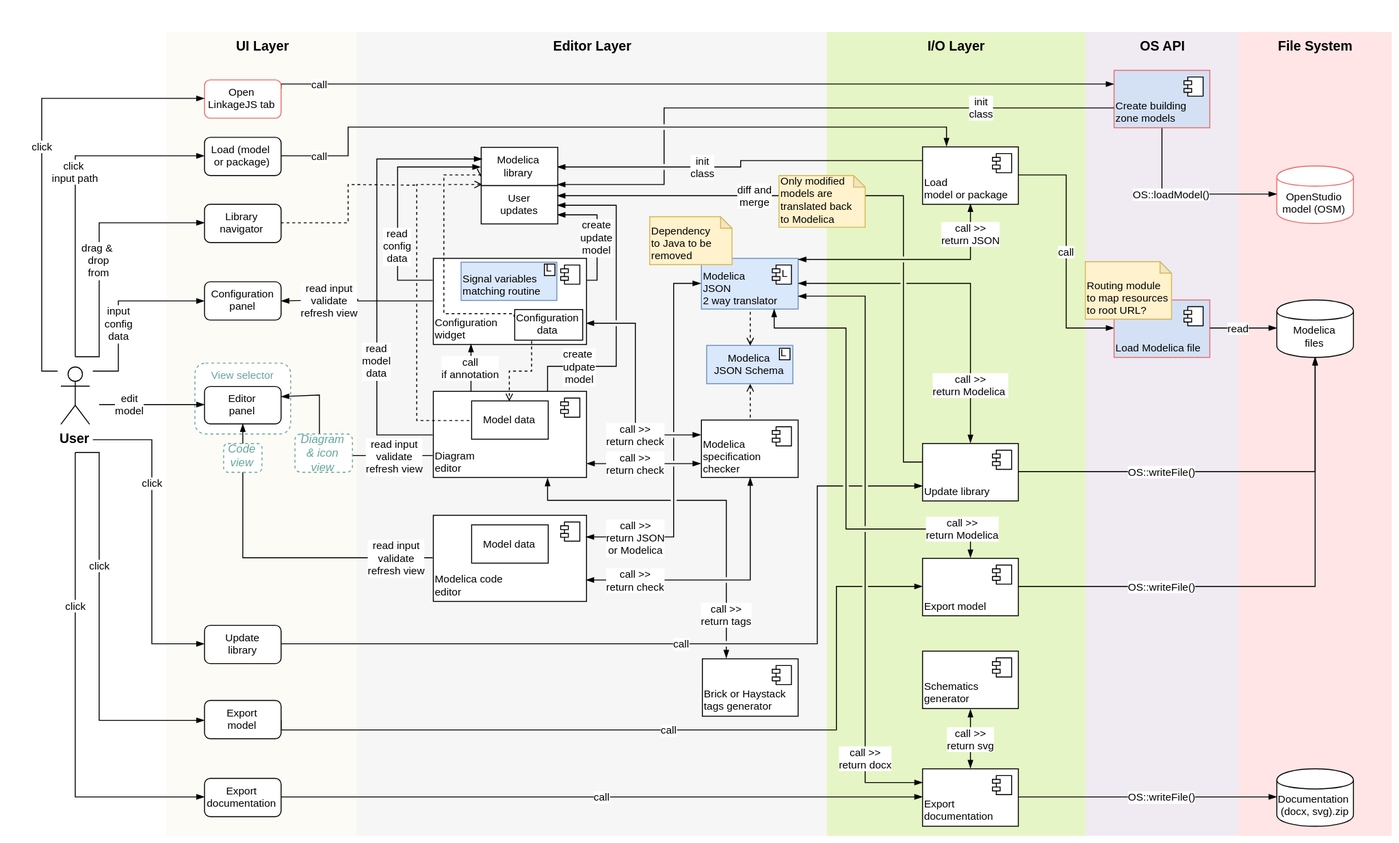
Earlier version of the draw.io export specification/source/img/linkage_architecture_os.svg (lbl-srg/ctrl-flow). Source tidied: cells renumbered, new cells last; positions are measured from the earlier drawing's top-left corner, leaving out a move shared by most shapes.
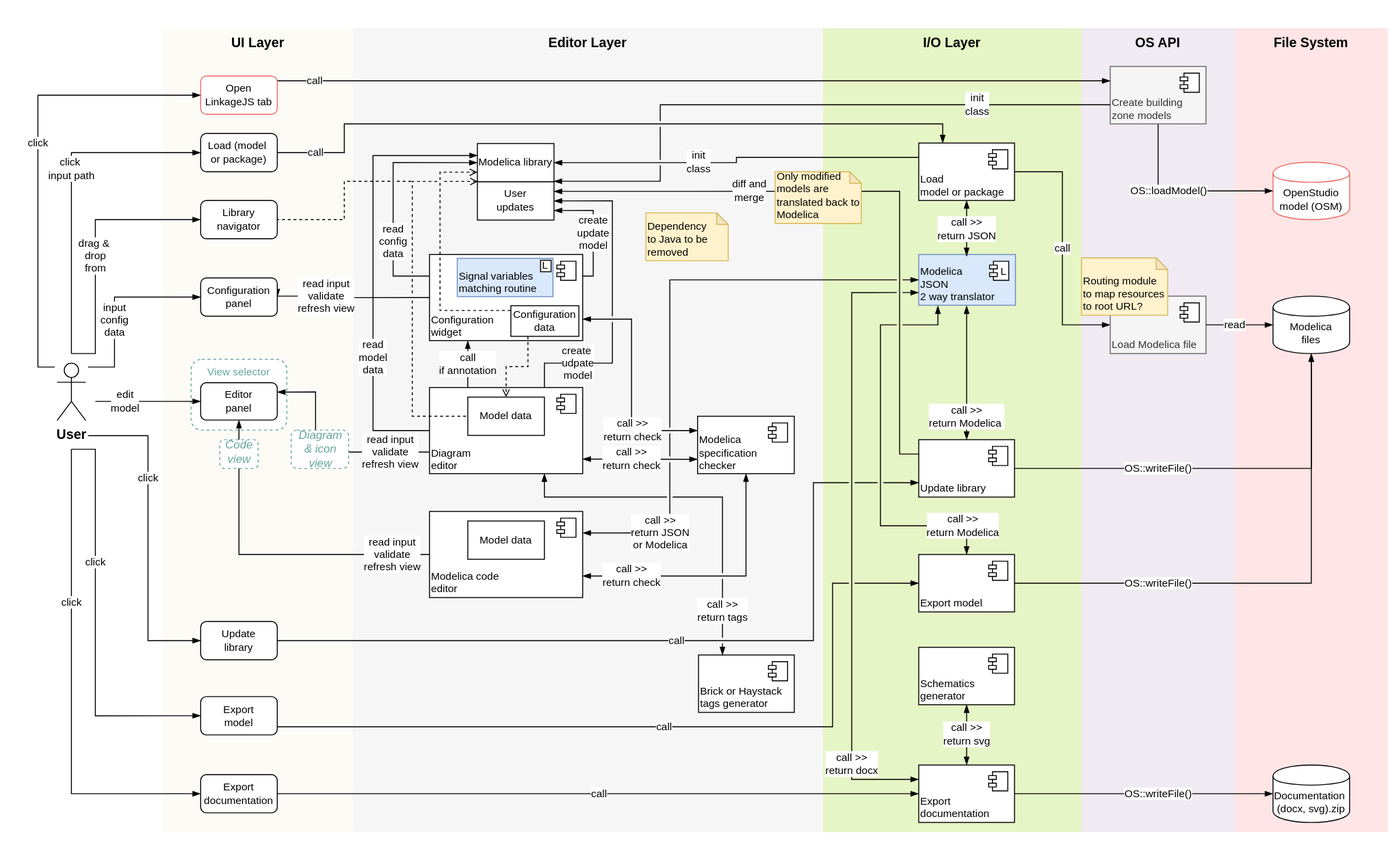
The same diagram one commit later.

The edit, as a diff of the source:
```diff
@@ -82,7 +82,7 @@
       <mxGeometry x="0.22" relative="1" as="geometry" />
     </mxCell>
     <mxCell id="21" value="Modelica&lt;br&gt;JSON&lt;br&gt;2 way translator" style="html=1;verticalAlign=bottom;align=left;fillColor=#dae8fc;strokeColor=#6c8ebf;fontSize=11;" parent="1" vertex="1">
-      <mxGeometry x="689" y="236.5" width="101" height="53" as="geometry" />
+      <mxGeometry x="920" y="236.5" width="101" height="53" as="geometry" />
     </mxCell>
     <mxCell id="22" value="L" style="shape=component;jettyWidth=8;jettyHeight=4;align=right;fontSize=11;" parent="21" vertex="1">
       <mxGeometry x="1" width="20" height="20" relative="1" as="geometry">
@@ -109,14 +109,14 @@
       </mxGeometry>
     </mxCell>
     <mxCell id="26" value="call &amp;gt;&amp;gt;&lt;br style=&quot;font-size: 11px&quot;&gt;return JSON" style="edgeStyle=orthogonalEdgeStyle;rounded=0;jettySize=auto;html=1;exitX=0.5;exitY=1;exitDx=0;exitDy=0;endArrow=blockThin;endFill=1;startArrow=blockThin;startFill=1;fontSize=11;" parent="1" edge="1" source="28">
-      <mxGeometry x="-0.73" relative="1" as="geometry">
-        <mxPoint x="790" y="237.7" as="targetPoint" />
+      <mxGeometry x="0.03" relative="1" as="geometry">
+        <mxPoint x="970" y="238" as="targetPoint" />
         <Array as="points">
           <mxPoint x="970" y="238" />
         </Array>
       </mxGeometry>
     </mxCell>
-    <mxCell id="27" value="call" style="edgeStyle=orthogonalEdgeStyle;rounded=0;jettySize=auto;html=1;exitX=1;exitY=0.5;exitDx=0;exitDy=0;entryX=0;entryY=0.5;entryDx=0;entryDy=0;endArrow=blockThin;endFill=1;noJump=0;jumpStyle=gap;" parent="1" edge="1" source="28" target="97">
+    <mxCell id="27" value="call" style="edgeStyle=orthogonalEdgeStyle;rounded=0;jettySize=auto;html=1;exitX=1;exitY=0.5;exitDx=0;exitDy=0;entryX=0;entryY=0.5;entryDx=0;entryDy=0;endArrow=blockThin;endFill=1;noJump=0;jumpStyle=gap;" parent="1" edge="1" source="28" target="92">
       <mxGeometry relative="1" as="geometry" />
     </mxCell>
     <mxCell id="28" value="Load &lt;br&gt;model or package" style="html=1;verticalAlign=bottom;align=left;fontSize=11;" parent="1" vertex="1">
@@ -158,14 +158,15 @@
     <mxCell id="36" value="diff and&lt;br style=&quot;font-size: 11px;&quot;&gt;merge" style="edgeStyle=orthogonalEdgeStyle;rounded=0;jettySize=auto;html=1;exitX=0;exitY=0.25;exitDx=0;exitDy=0;endArrow=blockThin;endFill=1;jumpStyle=gap;entryX=1;entryY=0.25;entryDx=0;entryDy=0;fontSize=11;" parent="1" edge="1" source="39" target="30">
       <mxGeometry x="0.38" relative="1" as="geometry">
         <Array as="points">
-          <mxPoint x="920" y="450" />
-          <mxPoint x="900" y="450" />
+          <mxPoint x="900" y="445" />
           <mxPoint x="900" y="171" />
         </Array>
       </mxGeometry>
     </mxCell>
-    <mxCell id="37" value="call &amp;gt;&amp;gt;&lt;br style=&quot;font-size: 11px&quot;&gt;return Modelica&amp;nbsp;" style="edgeStyle=orthogonalEdgeStyle;rounded=0;jumpStyle=gap;jettySize=auto;html=1;exitX=0.5;exitY=0;exitDx=0;exitDy=0;entryX=1;entryY=0.5;entryDx=0;entryDy=0;startArrow=blockThin;startFill=1;endArrow=blockThin;endFill=1;fontSize=11;" parent="1" edge="1" source="39" target="21">
-      <mxGeometry x="-0.66" relative="1" as="geometry" />
+    <mxCell id="37" value="call &amp;gt;&amp;gt;&lt;br style=&quot;font-size: 11px&quot;&gt;return Modelica&amp;nbsp;" style="edgeStyle=orthogonalEdgeStyle;rounded=0;jumpStyle=gap;jettySize=auto;html=1;exitX=0.5;exitY=0;exitDx=0;exitDy=0;startArrow=blockThin;startFill=1;endArrow=blockThin;endFill=1;fontSize=11;" parent="1" edge="1" source="39">
+      <mxGeometry x="-0.66" relative="1" as="geometry">
+        <mxPoint x="970" y="290" as="targetPoint" />
+      </mxGeometry>
     </mxCell>
     <mxCell id="38" value="OS::writeFile()" style="edgeStyle=orthogonalEdgeStyle;rounded=0;jettySize=auto;html=1;exitX=1;exitY=0.5;exitDx=0;exitDy=0;endArrow=blockThin;endFill=1;" parent="1" edge="1" source="39">
       <mxGeometry x="-0.3" relative="1" as="geometry">
@@ -246,12 +247,13 @@
         <mxPoint x="-27" y="7" as="offset" />
       </mxGeometry>
     </mxCell>
-    <mxCell id="56" value="call &amp;gt;&amp;gt;&lt;br style=&quot;font-size: 11px&quot;&gt;return Modelica" style="edgeStyle=orthogonalEdgeStyle;rounded=0;jumpStyle=gap;jettySize=auto;html=1;entryX=0.5;entryY=0;entryDx=0;entryDy=0;startArrow=blockThin;startFill=1;endArrow=blockThin;endFill=1;exitX=0.75;exitY=1;exitDx=0;exitDy=0;fontSize=11;" parent="1" edge="1" source="21" target="52">
+    <mxCell id="56" value="call &amp;gt;&amp;gt;&lt;br style=&quot;font-size: 11px&quot;&gt;return Modelica" style="edgeStyle=orthogonalEdgeStyle;rounded=0;jumpStyle=gap;jettySize=auto;html=1;entryX=0.5;entryY=0;entryDx=0;entryDy=0;startArrow=blockThin;startFill=1;endArrow=blockThin;endFill=1;fontSize=11;" parent="1" edge="1" target="52">
       <mxGeometry x="0.83" relative="1" as="geometry">
+        <mxPoint x="940" y="290" as="sourcePoint" />
         <Array as="points">
-          <mxPoint x="765" y="310" />
-          <mxPoint x="840" y="310" />
-          <mxPoint x="840" y="520" />
+          <mxPoint x="940" y="310" />
+          <mxPoint x="880" y="310" />
+          <mxPoint x="880" y="520" />
           <mxPoint x="970" y="520" />
         </Array>
       </mxGeometry>
@@ -273,11 +275,11 @@
         <mxPoint x="-27" y="7" as="offset" />
       </mxGeometry>
     </mxCell>
-    <mxCell id="62" value="call &amp;gt;&amp;gt;&lt;br style=&quot;font-size: 11px&quot;&gt;return docx" style="edgeStyle=orthogonalEdgeStyle;rounded=0;jumpStyle=gap;jettySize=auto;html=1;entryX=0;entryY=0.25;entryDx=0;entryDy=0;startArrow=blockThin;startFill=1;endArrow=blockThin;endFill=1;fontSize=11;exitX=1;exitY=0.75;exitDx=0;exitDy=0;" parent="1" edge="1" source="21" target="54">
+    <mxCell id="62" value="call &amp;gt;&amp;gt;&lt;br style=&quot;font-size: 11px&quot;&gt;return docx" style="edgeStyle=orthogonalEdgeStyle;rounded=0;jumpStyle=gap;jettySize=auto;html=1;entryX=0;entryY=0.25;entryDx=0;entryDy=0;startArrow=blockThin;startFill=1;endArrow=blockThin;endFill=1;fontSize=11;exitX=0;exitY=0.75;exitDx=0;exitDy=0;" parent="1" edge="1" source="21" target="54">
       <mxGeometry x="0.73" relative="1" as="geometry">
         <Array as="points">
-          <mxPoint x="860" y="276" />
-          <mxPoint x="860" y="785" />
+          <mxPoint x="850" y="276" />
+          <mxPoint x="850" y="785" />
         </Array>
       </mxGeometry>
     </mxCell>
@@ -392,94 +394,79 @@
         <mxPoint x="-27" y="7" as="offset" />
       </mxGeometry>
     </mxCell>
-    <mxCell id="89" style="group;" parent="1" vertex="1">
-      <mxGeometry x="694.5" y="327.5" width="90" height="40" as="geometry" />
+    <mxCell id="89" value="call &amp;gt;&amp;gt;&lt;br style=&quot;font-size: 11px&quot;&gt;return JSON&lt;br&gt;or Modelica" style="edgeStyle=orthogonalEdgeStyle;rounded=0;jumpStyle=gap;jettySize=auto;html=1;endArrow=blockThin;endFill=1;startArrow=blockThin;startFill=1;fontSize=11;exitX=1;exitY=0.25;exitDx=0;exitDy=0;entryX=0;entryY=0.5;entryDx=0;entryDy=0;" parent="1" edge="1" source="76" target="21">
+      <mxGeometry x="-0.73" relative="1" as="geometry">
+        <Array as="points">
+          <mxPoint x="660" y="527" />
+          <mxPoint x="660" y="263" />
+        </Array>
+      </mxGeometry>
     </mxCell>
-    <mxCell id="90" value="Modelica&lt;br style=&quot;font-size: 11px;&quot;&gt;JSON Schema" style="html=1;fillColor=#dae8fc;align=center;whiteSpace=wrap;strokeColor=#6c8ebf;fontSize=11;" parent="89" vertex="1">
-      <mxGeometry width="90" height="40" as="geometry" />
+    <mxCell id="90" value="Dependency &lt;br&gt;to&amp;nbsp;Java to be removed" style="shape=note;whiteSpace=wrap;html=1;backgroundOutline=1;darkOpacity=0.05;fillColor=#fff2cc;fontSize=11;align=left;size=12;strokeColor=#d6b656;verticalAlign=bottom;" parent="1" vertex="1">
+      <mxGeometry x="635" y="193" width="86" height="50" as="geometry" />
     </mxCell>
-    <mxCell id="91" value="L" style="rounded=0;whiteSpace=wrap;html=1;align=left;fontSize=11;verticalAlign=middle;spacingBottom=2;" parent="89" vertex="1">
-      <mxGeometry x="76" y="3" width="11" height="12" as="geometry" />
+    <mxCell id="91" value="call &amp;gt;&amp;gt;&lt;br style=&quot;font-size: 11px&quot;&gt;return tags" style="edgeStyle=orthogonalEdgeStyle;rounded=0;jumpStyle=gap;jettySize=auto;html=1;entryX=0.25;entryY=0;entryDx=0;entryDy=0;endArrow=blockThin;endFill=1;startArrow=blockThin;startFill=1;fontSize=11;exitX=0.75;exitY=1;exitDx=0;exitDy=0;" parent="1" edge="1" source="44" target="87">
+      <mxGeometry x="0.76" relative="1" as="geometry">
+        <Array as="points">
+          <mxPoint x="529" y="490" />
+          <mxPoint x="715" y="490" />
+        </Array>
+      </mxGeometry>
     </mxCell>
-    <mxCell id="92" style="edgeStyle=orthogonalEdgeStyle;rounded=0;jettySize=auto;html=1;entryX=0.5;entryY=0;entryDx=0;entryDy=0;endArrow=none;endFill=0;dashed=1;startArrow=open;startFill=0;fontSize=11;exitX=0.5;exitY=1;exitDx=0;exitDy=0;" parent="1" edge="1" source="90" target="47">
-      <mxGeometry relative="1" as="geometry" />
+    <mxCell id="92" value="Load Modelica file" style="html=1;verticalAlign=bottom;align=left;fontSize=11;strokeColor=#666666;fillColor=#f5f5f5;fontColor=#333333;" parent="1" vertex="1">
+      <mxGeometry x="1120" y="280" width="100" height="60" as="geometry" />
     </mxCell>
-    <mxCell id="93" style="edgeStyle=orthogonalEdgeStyle;rounded=0;jettySize=auto;html=1;entryX=0.5;entryY=1;entryDx=0;entryDy=0;endArrow=none;endFill=0;dashed=1;startArrow=open;startFill=0;fontSize=11;exitX=0.5;exitY=0;exitDx=0;exitDy=0;" parent="1" edge="1" source="90" target="21">
-      <mxGeometry relative="1" as="geometry" />
+    <mxCell id="93" style="shape=component;jettyWidth=8;jettyHeight=4;fontSize=11;" parent="92" vertex="1">
+      <mxGeometry x="1" width="20" height="20" relative="1" as="geometry">
+        <mxPoint x="-27" y="7" as="offset" />
+      </mxGeometry>
     </mxCell>
-    <mxCell id="94" value="call &amp;gt;&amp;gt;&lt;br style=&quot;font-size: 11px&quot;&gt;return JSON&lt;br&gt;or Modelica" style="edgeStyle=orthogonalEdgeStyle;rounded=0;jumpStyle=gap;jettySize=auto;html=1;endArrow=blockThin;endFill=1;startArrow=blockThin;startFill=1;fontSize=11;exitX=1;exitY=0.25;exitDx=0;exitDy=0;entryX=0;entryY=0.5;entryDx=0;entryDy=0;" parent="1" edge="1" source="76" target="21">
-      <mxGeometry x="-0.73" relative="1" as="geometry">
-        <Array as="points">
-          <mxPoint x="660" y="527" />
-          <mxPoint x="660" y="263" />
-        </Array>
-      </mxGeometry>
+    <mxCell id="94" value="read" style="edgeStyle=orthogonalEdgeStyle;rounded=0;jettySize=auto;html=1;endArrow=blockThin;endFill=1;fontSize=11;exitX=1;exitY=0.5;exitDx=0;exitDy=0;entryX=0;entryY=0.5;entryDx=0;entryDy=0;" parent="1" edge="1" source="92" target="16">
+      <mxGeometry x="-0.14" relative="1" as="geometry" />
     </mxCell>
-    <mxCell id="95" value="Dependency &lt;br&gt;to&amp;nbsp;Java to be removed" style="shape=note;whiteSpace=wrap;html=1;backgroundOutline=1;darkOpacity=0.05;fillColor=#fff2cc;fontSize=11;align=left;size=12;strokeColor=#d6b656;verticalAlign=bottom;" parent="1" vertex="1">
-      <mxGeometry x="635" y="193" width="86" height="50" as="geometry" />
+    <mxCell id="95" value="OpenStudio model (OSM)" style="shape=cylinder;whiteSpace=wrap;html=1;boundedLbl=1;backgroundOutline=1;fontSize=11;strokeColor=#EA6B66;" parent="1" vertex="1">
+      <mxGeometry x="1290" y="140" width="80" height="60" as="geometry" />
     </mxCell>
-    <mxCell id="96" value="call &amp;gt;&amp;gt;&lt;br style=&quot;font-size: 11px&quot;&gt;return tags" style="edgeStyle=orthogonalEdgeStyle;rounded=0;jumpStyle=gap;jettySize=auto;html=1;entryX=0.25;entryY=0;entryDx=0;entryDy=0;endArrow=blockThin;endFill=1;startArrow=blockThin;startFill=1;fontSize=11;exitX=0.75;exitY=1;exitDx=0;exitDy=0;" parent="1" edge="1" source="44" target="87">
-      <mxGeometry x="0.76" relative="1" as="geometry">
-        <Array as="points">
-          <mxPoint x="529" y="490" />
-          <mxPoint x="715" y="490" />
-        </Array>
-      </mxGeometry>
+    <mxCell id="96" value="OS::loadModel()" style="edgeStyle=orthogonalEdgeStyle;rounded=0;jettySize=auto;html=1;exitX=0.5;exitY=1;exitDx=0;exitDy=0;entryX=0;entryY=0.5;entryDx=0;entryDy=0;endArrow=blockThin;endFill=1;noJump=0;jumpStyle=gap;align=center;verticalAlign=middle;" parent="1" edge="1" source="97" target="95">
+      <mxGeometry x="-0.15" relative="1" as="geometry" />
     </mxCell>
-    <mxCell id="97" value="Load Modelica file" style="html=1;verticalAlign=bottom;align=left;fontSize=11;strokeColor=#EA6B66;fillColor=#D4E1F5;" parent="1" vertex="1">
-      <mxGeometry x="1120" y="280" width="100" height="60" as="geometry" />
+    <mxCell id="97" value="Create building&amp;nbsp;&lt;br&gt;zone models" style="html=1;verticalAlign=bottom;align=left;fontSize=11;strokeColor=#666666;fillColor=#f5f5f5;fontColor=#333333;" parent="1" vertex="1">
+      <mxGeometry x="1120" y="40" width="100" height="60" as="geometry" />
     </mxCell>
     <mxCell id="98" style="shape=component;jettyWidth=8;jettyHeight=4;fontSize=11;" parent="97" vertex="1">
       <mxGeometry x="1" width="20" height="20" relative="1" as="geometry">
         <mxPoint x="-27" y="7" as="offset" />
       </mxGeometry>
     </mxCell>
-    <mxCell id="99" value="read" style="edgeStyle=orthogonalEdgeStyle;rounded=0;jettySize=auto;html=1;endArrow=blockThin;endFill=1;fontSize=11;exitX=1;exitY=0.5;exitDx=0;exitDy=0;entryX=0;entryY=0.5;entryDx=0;entryDy=0;" parent="1" edge="1" source="97" target="16">
-      <mxGeometry x="-0.14" relative="1" as="geometry" />
+    <mxCell id="99" value="call" style="edgeStyle=orthogonalEdgeStyle;rounded=0;jettySize=auto;html=1;exitX=1;exitY=0.25;exitDx=0;exitDy=0;entryX=0;entryY=0.25;entryDx=0;entryDy=0;endArrow=blockThin;endFill=1;" parent="1" edge="1" source="100" target="97">
+      <mxGeometry x="-0.9" relative="1" as="geometry">
+        <Array as="points">
+          <mxPoint x="250" y="55" />
+        </Array>
+      </mxGeometry>
     </mxCell>
-    <mxCell id="100" value="OpenStudio model (OSM)" style="shape=cylinder;whiteSpace=wrap;html=1;boundedLbl=1;backgroundOutline=1;fontSize=11;strokeColor=#EA6B66;" parent="1" vertex="1">
-      <mxGeometry x="1290" y="140" width="80" height="60" as="geometry" />
+    <mxCell id="100" value="Open LinkageJS tab" style="rounded=1;whiteSpace=wrap;html=1;fillColor=#ffffff;fontSize=11;align=center;strokeColor=#EA6B66;" parent="1" vertex="1">
+      <mxGeometry x="170" y="50" width="80" height="40" as="geometry" />
     </mxCell>
-    <mxCell id="101" value="OS::loadModel()" style="edgeStyle=orthogonalEdgeStyle;rounded=0;jettySize=auto;html=1;exitX=0.5;exitY=1;exitDx=0;exitDy=0;entryX=0;entryY=0.5;entryDx=0;entryDy=0;endArrow=blockThin;endFill=1;noJump=0;jumpStyle=gap;align=center;verticalAlign=middle;" parent="1" edge="1" source="102" target="100">
-      <mxGeometry x="-0.15" relative="1" as="geometry" />
+    <mxCell id="101" value="click" style="edgeStyle=orthogonalEdgeStyle;rounded=0;jettySize=auto;html=1;exitX=0;exitY=0;exitDx=0;exitDy=0;endArrow=blockThin;endFill=1;entryX=0;entryY=0.5;entryDx=0;entryDy=0;fontSize=11;" parent="1" edge="1" source="35" target="100">
+      <mxGeometry x="0.07" relative="1" as="geometry">
+        <Array as="points">
+          <mxPoint y="355" />
+          <mxPoint y="70" />
+        </Array>
+      </mxGeometry>
     </mxCell>
-    <mxCell id="102" value="Create building&amp;nbsp;&lt;br&gt;zone models" style="html=1;verticalAlign=bottom;align=left;fontSize=11;strokeColor=#EA6B66;fillColor=#D4E1F5;" parent="1" vertex="1">
-      <mxGeometry x="1120" y="40" width="100" height="60" as="geometry" />
+    <mxCell id="102" value="init&lt;br&gt;class" style="edgeStyle=orthogonalEdgeStyle;rounded=0;jettySize=auto;html=1;endArrow=blockThin;endFill=1;noJump=0;jumpStyle=gap;entryX=0.998;entryY=0.986;entryDx=0;entryDy=0;entryPerimeter=0;" parent="1" edge="1" target="24">
+      <mxGeometry x="-0.58" relative="1" as="geometry">
+        <mxPoint x="1120" y="80" as="sourcePoint" />
+        <Array as="points">
+          <mxPoint x="650" y="80" />
+          <mxPoint x="650" y="160" />
+        </Array>
+      </mxGeometry>
     </mxCell>
-    <mxCell id="103" style="shape=component;jettyWidth=8;jettyHeight=4;fontSize=11;" parent="102" vertex="1">
-      <mxGeometry x="1" width="20" height="20" relative="1" as="geometry">
-        <mxPoint x="-27" y="7" as="offset" />
-      </mxGeometry>
+    <mxCell id="103" value="Routing module to map resources to root URL?&amp;nbsp;" style="shape=note;whiteSpace=wrap;html=1;backgroundOutline=1;darkOpacity=0.05;fillColor=#fff2cc;fontSize=11;align=left;size=12;strokeColor=#d6b656;verticalAlign=bottom;" parent="1" vertex="1">
+      <mxGeometry x="1090" y="240" width="90" height="60" as="geometry" />
     </mxCell>
-    <mxCell id="104" value="call" style="edgeStyle=orthogonalEdgeStyle;rounded=0;jettySize=auto;html=1;exitX=1;exitY=0.25;exitDx=0;exitDy=0;entryX=0;entryY=0.25;entryDx=0;entryDy=0;endArrow=blockThin;endFill=1;" parent="1" edge="1" source="105" target="102">
-      <mxGeometry x="-0.9" relative="1" as="geometry">
-        <Array as="points">
-          <mxPoint x="250" y="55" />
-        </Array>
-      </mxGeometry>
-    </mxCell>
-    <mxCell id="105" value="Open LinkageJS tab" style="rounded=1;whiteSpace=wrap;html=1;fillColor=#ffffff;fontSize=11;align=center;strokeColor=#EA6B66;" parent="1" vertex="1">
-      <mxGeometry x="170" y="50" width="80" height="40" as="geometry" />
-    </mxCell>
-    <mxCell id="106" value="click" style="edgeStyle=orthogonalEdgeStyle;rounded=0;jettySize=auto;html=1;exitX=0;exitY=0;exitDx=0;exitDy=0;endArrow=blockThin;endFill=1;entryX=0;entryY=0.5;entryDx=0;entryDy=0;fontSize=11;" parent="1" edge="1" source="35" target="105">
-      <mxGeometry x="0.07" relative="1" as="geometry">
-        <Array as="points">
-          <mxPoint y="355" />
-          <mxPoint y="70" />
-        </Array>
-      </mxGeometry>
-    </mxCell>
-    <mxCell id="107" value="init&lt;br&gt;class" style="edgeStyle=orthogonalEdgeStyle;rounded=0;jettySize=auto;html=1;endArrow=blockThin;endFill=1;noJump=0;jumpStyle=gap;entryX=0.998;entryY=0.986;entryDx=0;entryDy=0;entryPerimeter=0;" parent="1" edge="1" target="24">
-      <mxGeometry x="-0.58" relative="1" as="geometry">
-        <mxPoint x="1120" y="79.3" as="sourcePoint" />
-        <Array as="points">
-          <mxPoint x="650" y="80" />
-          <mxPoint x="650" y="160" />
-        </Array>
-      </mxGeometry>
-    </mxCell>
-    <mxCell id="108" value="Routing module to map resources to root URL?&amp;nbsp;" style="shape=note;whiteSpace=wrap;html=1;backgroundOutline=1;darkOpacity=0.05;fillColor=#fff2cc;fontSize=11;align=left;size=12;strokeColor=#d6b656;verticalAlign=bottom;" parent="1" vertex="1">
-      <mxGeometry x="1090" y="240" width="90" height="60" as="geometry" />
-    </mxCell>
   </root>
 </mxGraphModel>
```
